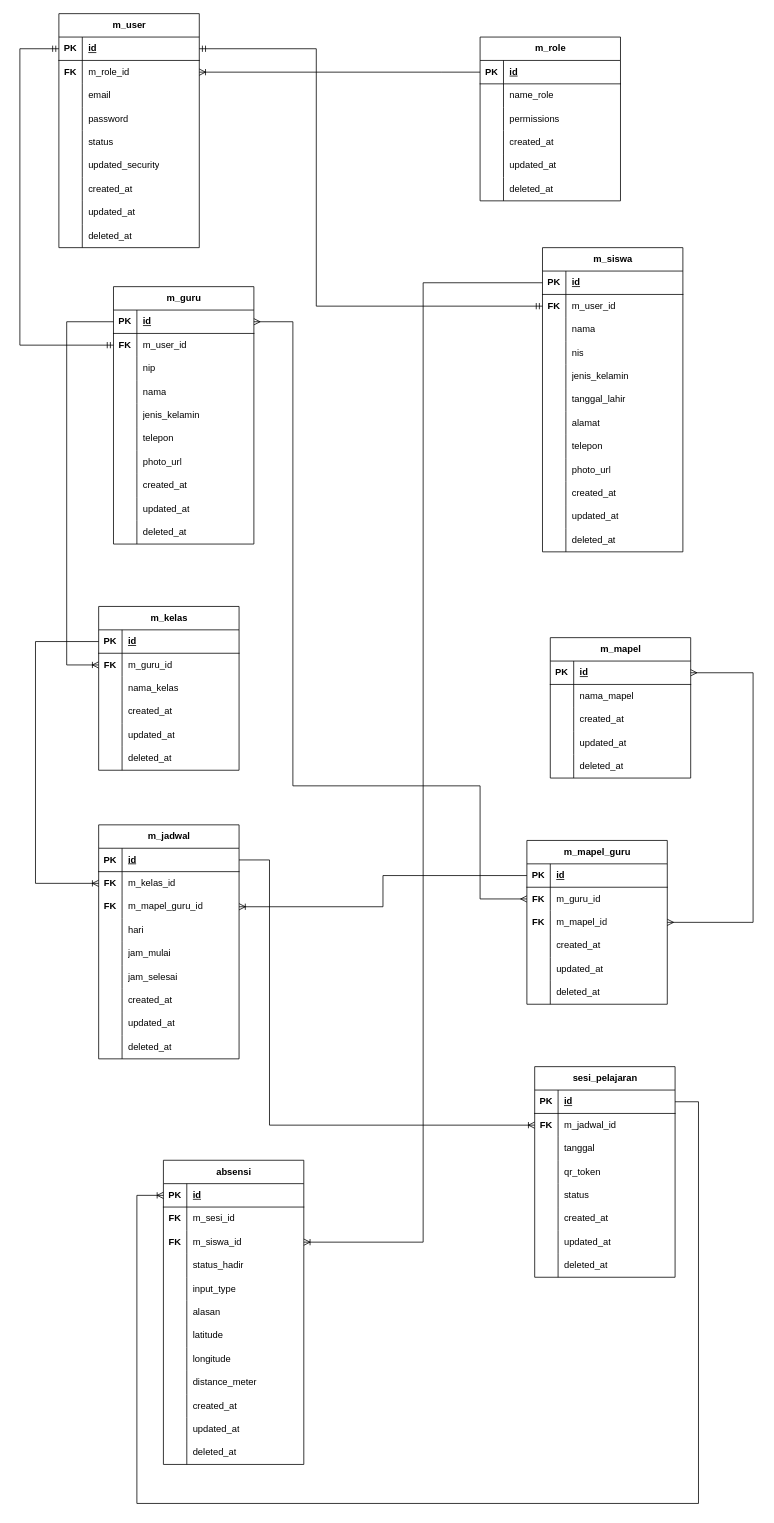
The draw.io diagram Perancangan/draw.io/ERD.drawio in SKARIGA-RPL-XII/project-kik-RadWork01, before the edit. Source tidied: cells renumbered, new cells numbered last; positions are measured from the earlier drawing's top-left corner, leaving out a move shared by most shapes. Both pictures are drawn from the tidied source at 78%, with x=0, y=0 at pixel (20, 13).
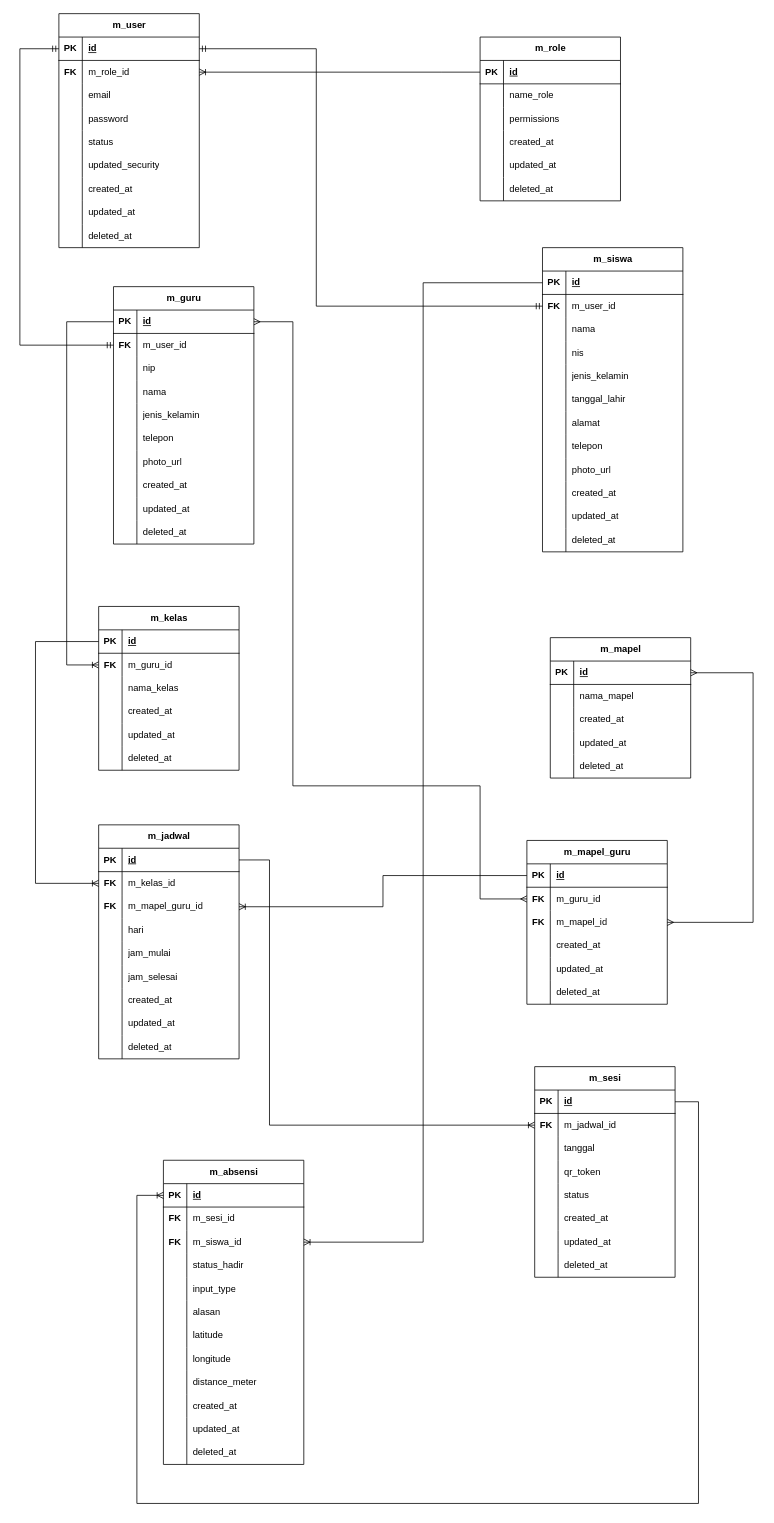
After the change.

What changed in the source:
```diff
@@
-    <mxCell id="199" value="sesi_pelajaran" style="shape=table;startSize=30;childLayout=tableLayout;rowLines=0;fontStyle=1;align=center;html=1;" parent="1" vertex="1">
+    <mxCell id="199" value="m_sesi" style="shape=table;startSize=30;childLayout=tableLayout;rowLines=0;fontStyle=1;align=center;html=1;" parent="1" vertex="1">
       <mxGeometry x="660" y="1350" width="180" height="270" as="geometry" />
     </mxCell>
@@
-    <mxCell id="224" value="absensi" style="shape=table;startSize=30;childLayout=tableLayout;rowLines=0;fontStyle=1;align=center;html=1;" parent="1" vertex="1">
+    <mxCell id="224" value="m_absensi" style="shape=table;startSize=30;childLayout=tableLayout;rowLines=0;fontStyle=1;align=center;html=1;" parent="1" vertex="1">
       <mxGeometry x="184" y="1470" width="180" height="390" as="geometry" />
     </mxCell>
```
